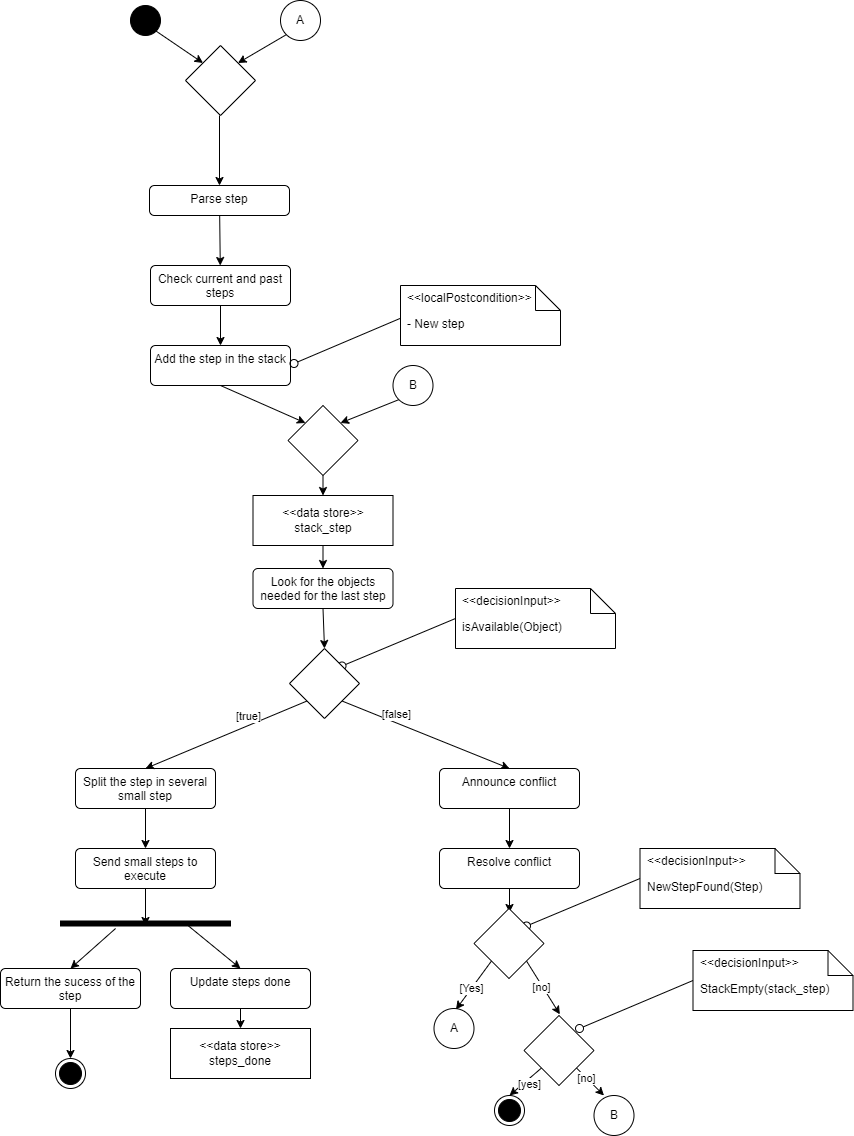
Earlier version of the draw.io export src/action_planning/diagrams/activity_diagram.png (ignithor/Assignment_Cogar_Group_C). Source tidied: cells renumbered, new cells last; positions are measured from the earlier drawing's top-left corner, leaving out a move shared by most shapes.
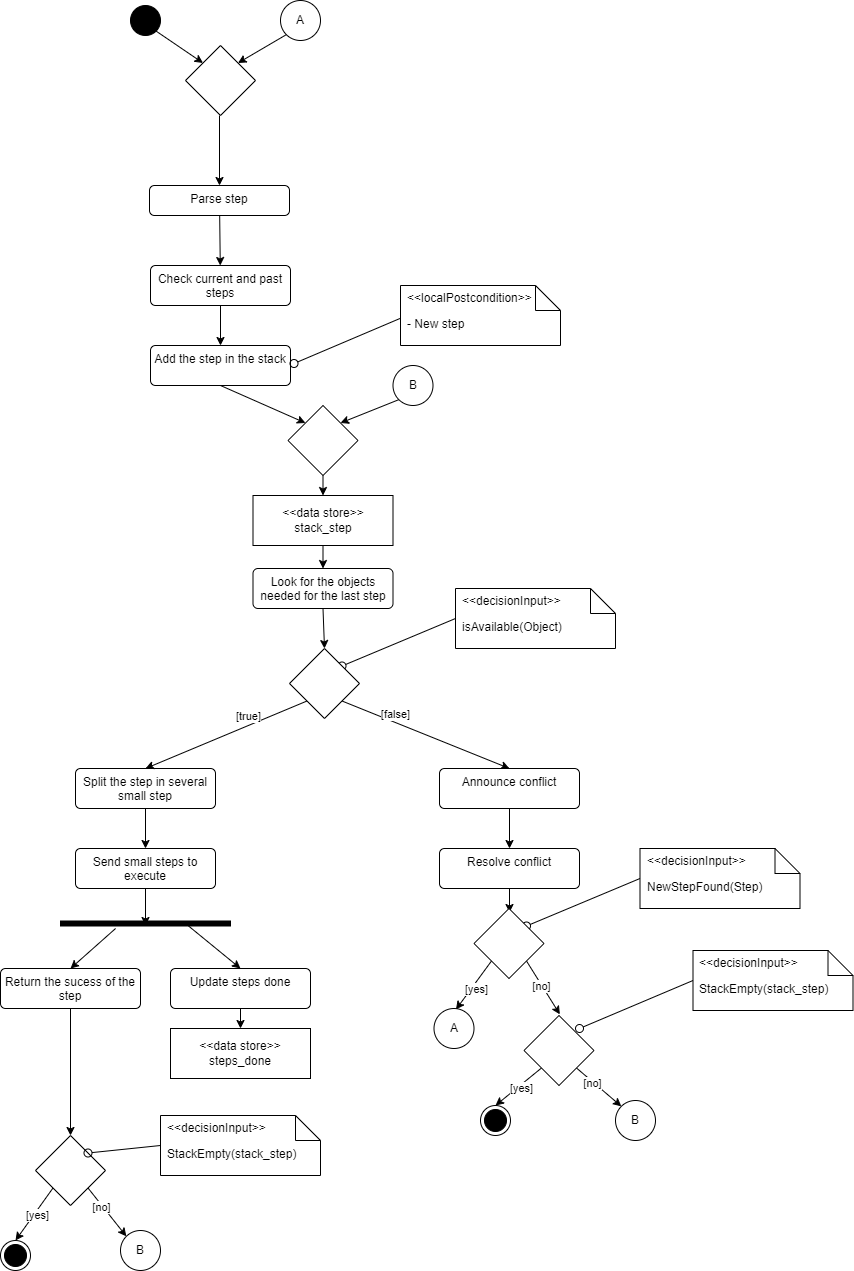
Later version of the same file.

Commit message:
Update diagrams action planning

Diff of the diagram source:
```diff
@@ -10,9 +10,6 @@
         <mxPoint x="219" y="115" as="sourcePoint" />
       </mxGeometry>
     </mxCell>
-    <mxCell id="4" style="ellipse;html=1;shape=endState;fillColor=strokeColor;" parent="1" vertex="1">
-      <mxGeometry x="55" y="1058" width="30" height="30" as="geometry" />
-    </mxCell>
     <mxCell id="5" style="edgeStyle=none;html=1;" parent="1" edge="1" source="6" target="8">
       <mxGeometry relative="1" as="geometry" />
     </mxCell>
@@ -106,9 +103,6 @@
         <mxPoint x="185" y="923" as="sourcePoint" />
       </mxGeometry>
     </mxCell>
-    <mxCell id="34" style="edgeStyle=none;html=1;exitX=0.5;exitY=1;exitDx=0;exitDy=0;entryX=0.5;entryY=0;entryDx=0;entryDy=0;" parent="1" edge="1" source="35" target="4">
-      <mxGeometry relative="1" as="geometry" />
-    </mxCell>
     <mxCell id="35" value="Return the sucess of the step" style="html=1;align=center;verticalAlign=top;rounded=1;absoluteArcSize=1;arcSize=10;dashed=0;whiteSpace=wrap;" parent="1" vertex="1">
       <mxGeometry y="968" width="140" height="40" as="geometry" />
     </mxCell>
@@ -177,9 +171,9 @@
         <mxPoint x="455.5" y="1009" as="targetPoint" />
       </mxGeometry>
     </mxCell>
-    <mxCell id="54" value="[Yes]" style="edgeLabel;html=1;align=center;verticalAlign=middle;" parent="53" vertex="1">
-      <mxGeometry x="0.11" y="-1" relative="1" as="geometry" />
-    </mxCell>
+    <mxCell id="69" value="[yes]" style="edgeLabel;html=1;align=center;verticalAlign=middle;" parent="53" vertex="1">
+      <mxGeometry x="0.07" y="4" relative="1" as="geometry" />
+    </mxCell>
     <mxCell id="55" style="edgeStyle=none;html=1;exitX=0;exitY=1;exitDx=0;exitDy=0;entryX=1;entryY=0;entryDx=0;entryDy=0;" parent="1" edge="1" source="56" target="68">
       <mxGeometry relative="1" as="geometry" />
     </mxCell>
@@ -192,10 +186,8 @@
     <mxCell id="58" value="[yes]" style="edgeLabel;html=1;align=center;verticalAlign=middle;" parent="57" vertex="1">
       <mxGeometry x="-0.04" y="3" relative="1" as="geometry" />
     </mxCell>
-    <mxCell id="59" style="edgeStyle=none;html=1;exitX=1;exitY=1;exitDx=0;exitDy=0;" parent="1" edge="1" source="61">
-      <mxGeometry relative="1" as="geometry">
-        <mxPoint x="603.5" y="1095" as="targetPoint" />
-      </mxGeometry>
+    <mxCell id="59" style="edgeStyle=none;html=1;exitX=1;exitY=1;exitDx=0;exitDy=0;entryX=0;entryY=0;entryDx=0;entryDy=0;" parent="1" edge="1" source="61" target="66">
+      <mxGeometry relative="1" as="geometry" />
     </mxCell>
     <mxCell id="60" value="[no]" style="edgeLabel;html=1;align=center;verticalAlign=middle;" parent="59" vertex="1">
       <mxGeometry x="-0.27" y="-1" relative="1" as="geometry" />
@@ -215,10 +207,10 @@
       </mxGeometry>
     </mxCell>
     <mxCell id="65" style="ellipse;html=1;shape=endState;fillColor=strokeColor;" parent="1" vertex="1">
-      <mxGeometry x="494" y="1095" width="30" height="30" as="geometry" />
+      <mxGeometry x="480" y="1105" width="30" height="30" as="geometry" />
     </mxCell>
     <mxCell id="66" value="B" style="ellipse;whiteSpace=wrap;html=1;" parent="1" vertex="1">
-      <mxGeometry x="593.5" y="1095" width="40" height="40" as="geometry" />
+      <mxGeometry x="615" y="1100" width="40" height="40" as="geometry" />
     </mxCell>
     <mxCell id="67" style="edgeStyle=none;html=1;exitX=0.5;exitY=1;exitDx=0;exitDy=0;entryX=0.5;entryY=0;entryDx=0;entryDy=0;" parent="1" edge="1" source="68" target="41">
       <mxGeometry relative="1" as="geometry" />
@@ -226,5 +218,38 @@
     <mxCell id="68" style="rhombus;" parent="1" vertex="1">
       <mxGeometry x="287.5" y="405" width="70" height="70" as="geometry" />
     </mxCell>
+    <mxCell id="70" style="edgeStyle=none;html=1;exitX=0.5;exitY=1;exitDx=0;exitDy=0;entryX=0.5;entryY=0;entryDx=0;entryDy=0;" parent="1" edge="1" source="35" target="75">
+      <mxGeometry relative="1" as="geometry" />
+    </mxCell>
+    <mxCell id="71" style="edgeStyle=none;html=1;exitX=0;exitY=1;exitDx=0;exitDy=0;entryX=0.5;entryY=0;entryDx=0;entryDy=0;" parent="1" edge="1" source="75" target="79">
+      <mxGeometry relative="1" as="geometry" />
+    </mxCell>
+    <mxCell id="72" value="[yes]" style="edgeLabel;html=1;align=center;verticalAlign=middle;" parent="71" vertex="1">
+      <mxGeometry x="-0.04" y="3" relative="1" as="geometry" />
+    </mxCell>
+    <mxCell id="73" style="edgeStyle=none;html=1;exitX=1;exitY=1;exitDx=0;exitDy=0;entryX=0;entryY=0;entryDx=0;entryDy=0;" parent="1" edge="1" source="75" target="80">
+      <mxGeometry relative="1" as="geometry" />
+    </mxCell>
+    <mxCell id="74" value="[no]" style="edgeLabel;html=1;align=center;verticalAlign=middle;" parent="73" vertex="1">
+      <mxGeometry x="-0.27" y="-1" relative="1" as="geometry" />
+    </mxCell>
+    <mxCell id="75" style="rhombus;" parent="1" vertex="1">
+      <mxGeometry x="35" y="1135" width="70" height="70" as="geometry" />
+    </mxCell>
+    <mxCell id="76" value="StackEmpty(stack_step)" style="shape=note2;boundedLbl=1;whiteSpace=wrap;html=1;size=25;verticalAlign=top;align=left;spacingLeft=5;whiteSpace=wrap;" parent="1" vertex="1">
+      <mxGeometry x="160" y="1115" width="160" height="60" as="geometry" />
+    </mxCell>
+    <mxCell id="77" value="&amp;lt;&amp;lt;decisionInput&amp;gt;&amp;gt;" style="html=1;strokeColor=none;fillColor=none;align=left;spacingLeft=5;whiteSpace=wrap;" parent="76" vertex="1">
+      <mxGeometry width="160" height="25" relative="1" as="geometry" />
+    </mxCell>
+    <mxCell id="78" style="html=1;verticalAlign=bottom;labelBackgroundColor=none;endArrow=oval;endFill=0;endSize=8;exitX=0;exitY=0.5;exitDx=0;exitDy=0;exitPerimeter=0;entryX=1;entryY=0;entryDx=0;entryDy=0;" parent="1" edge="1" source="76" target="75">
+      <mxGeometry relative="1" as="geometry" />
+    </mxCell>
+    <mxCell id="79" style="ellipse;html=1;shape=endState;fillColor=strokeColor;" parent="1" vertex="1">
+      <mxGeometry y="1240" width="30" height="30" as="geometry" />
+    </mxCell>
+    <mxCell id="80" value="B" style="ellipse;whiteSpace=wrap;html=1;" parent="1" vertex="1">
+      <mxGeometry x="120" y="1230" width="40" height="40" as="geometry" />
+    </mxCell>
   </root>
 </mxGraphModel>
```
